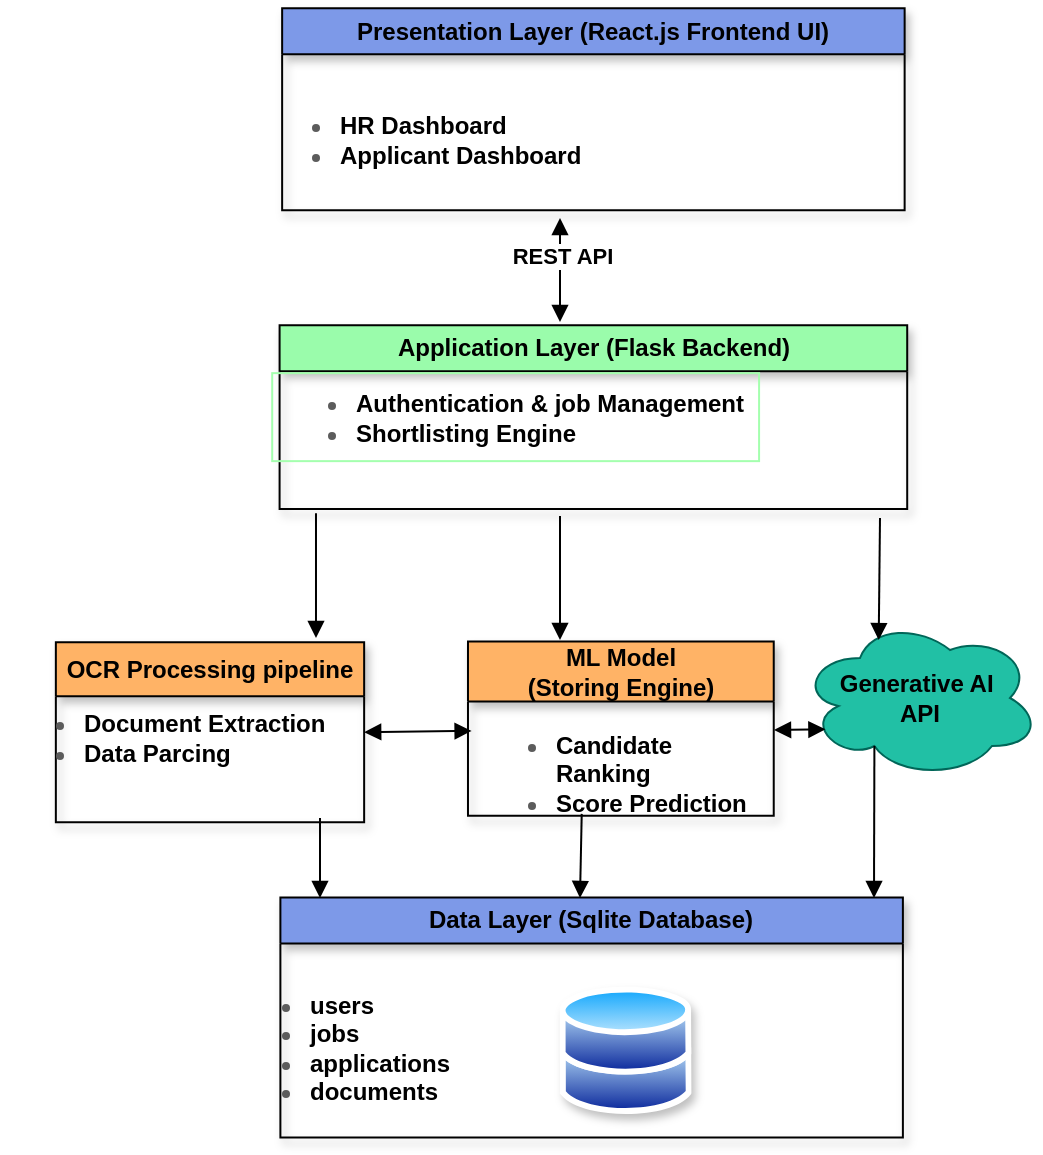
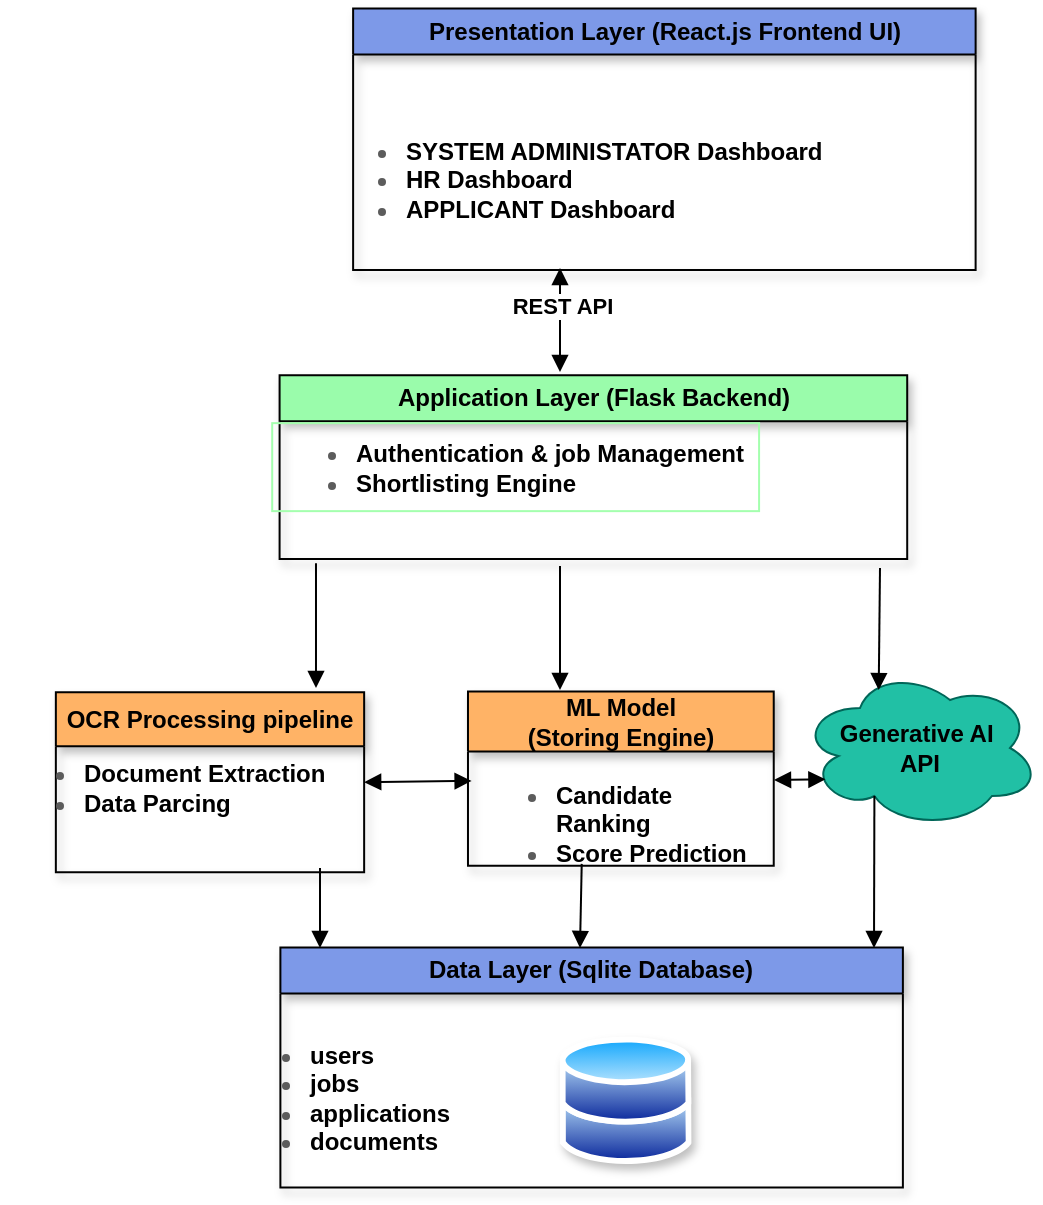
<mxfile host="Electron" agent="Mozilla/5.0 (Windows NT 10.0; Win64; x64) AppleWebKit/537.36 (KHTML, like Gecko) draw.io/29.6.6 Chrome/144.0.7559.236 Electron/40.8.4 Safari/537.36" version="29.6.6">
  <diagram name="Page-1" id="lSlS8-I9Y_Vq0igIC458">
-     <mxGraphModel dx="786" dy="516" grid="1" gridSize="10" guides="1" tooltips="1" connect="1" arrows="1" fold="1" page="1" pageScale="1" pageWidth="850" pageHeight="1100" math="0" shadow="0">
+     <mxGraphModel dx="925" dy="607" grid="1" gridSize="10" guides="1" tooltips="1" connect="1" arrows="1" fold="1" page="1" pageScale="1" pageWidth="850" pageHeight="1100" math="0" shadow="0">
      <root>
        <mxCell id="0" />
        <mxCell id="1" parent="0" />
        <mxCell id="-cG94O7dNTnSK4evAubz-1" parent="1" style="swimlane;horizontal=0;whiteSpace=wrap;html=1;rotation=90;shadow=1;labelBackgroundColor=none;fillColor=#7D99E8;strokeColor=#000000;" value="&lt;font style=&quot;color: rgb(0, 0, 0);&quot;&gt;Presentation Layer (React.js Frontend UI)&lt;/font&gt;" vertex="1">
-           <mxGeometry height="311.25" width="100.93" x="246.23000000000002" y="160" as="geometry" />
+           <mxGeometry height="311.25" width="130.65" x="266.86" y="150" as="geometry" />
        </mxCell>
-         <mxCell id="-cG94O7dNTnSK4evAubz-3" parent="-cG94O7dNTnSK4evAubz-1" style="text;html=1;whiteSpace=wrap;strokeColor=none;fillColor=none;align=left;verticalAlign=middle;rounded=0;fontColor=#5C5C5C;" value="&lt;ul&gt;&lt;li&gt;&lt;b&gt;&lt;font style=&quot;color: rgb(0, 0, 0);&quot;&gt;HR Dashboard&lt;/font&gt;&lt;/b&gt;&lt;/li&gt;&lt;li&gt;&lt;b&gt;&lt;font style=&quot;color: rgb(0, 0, 0);&quot;&gt;Applicant Dashboard&lt;/font&gt;&lt;/b&gt;&lt;/li&gt;&lt;/ul&gt;" vertex="1">
-           <mxGeometry height="42" width="248.76" x="-117.75999999999999" y="150.00000000000003" as="geometry" />
+         <mxCell id="-cG94O7dNTnSK4evAubz-3" parent="-cG94O7dNTnSK4evAubz-1" style="text;html=1;whiteSpace=wrap;strokeColor=none;fillColor=none;align=left;verticalAlign=middle;rounded=0;fontColor=#5C5C5C;" value="&lt;ul&gt;&lt;li&gt;&lt;font color=&quot;#000000&quot;&gt;&lt;b&gt;SYSTEM ADMINISTATOR Dashboard&lt;/b&gt;&lt;/font&gt;&lt;/li&gt;&lt;li&gt;&lt;font color=&quot;#000000&quot;&gt;&lt;b&gt;HR Dashboard&lt;/b&gt;&lt;/font&gt;&lt;/li&gt;&lt;li&gt;&lt;font color=&quot;#000000&quot;&gt;&lt;b&gt;APPLICANT Dashboard&lt;/b&gt;&lt;/font&gt;&lt;/li&gt;&lt;/ul&gt;" vertex="1">
+           <mxGeometry height="42" width="270.13" x="-106.35" y="155.12" as="geometry" />
        </mxCell>
        <mxCell id="-cG94O7dNTnSK4evAubz-4" parent="1" style="swimlane;horizontal=0;whiteSpace=wrap;html=1;rotation=90;shadow=1;labelBackgroundColor=none;fillColor=#9AFCAB;strokeColor=#000000;" value="Application Layer (Flask Backend)" vertex="1">
          <mxGeometry height="313.81" width="91.8" x="250.8" y="312.66" as="geometry" />
        </mxCell>
        <mxCell id="-cG94O7dNTnSK4evAubz-5" parent="-cG94O7dNTnSK4evAubz-4" style="text;html=1;whiteSpace=wrap;strokeColor=#A4FFAE;fillColor=none;align=left;verticalAlign=middle;rounded=0;fontColor=#5C5C5C;" value="&lt;ul&gt;&lt;li&gt;&lt;b&gt;&lt;font style=&quot;color: rgb(0, 0, 0);&quot;&gt;Authentication &amp;amp; job Management&lt;/font&gt;&lt;/b&gt;&lt;/li&gt;&lt;li&gt;&lt;b&gt;&lt;font style=&quot;color: rgb(0, 0, 0);&quot;&gt;Shortlisting Engine&lt;/font&gt;&lt;/b&gt;&lt;/li&gt;&lt;/ul&gt;" vertex="1">
          <mxGeometry height="44" width="243.44" x="-114.7" y="134.91" as="geometry" />
        </mxCell>
        <mxCell id="-cG94O7dNTnSK4evAubz-6" parent="1" style="swimlane;horizontal=0;whiteSpace=wrap;html=1;rotation=90;shadow=1;labelBackgroundColor=none;fillColor=#FFB366;strokeColor=#000000;startSize=27;" value="OCR Processing pipeline" vertex="1">
          <mxGeometry height="154.15" width="90" x="60" y="550" as="geometry" />
        </mxCell>
        <mxCell id="-cG94O7dNTnSK4evAubz-7" parent="1" style="text;html=1;whiteSpace=wrap;strokeColor=none;fillColor=none;align=left;verticalAlign=middle;rounded=0;fontColor=#5C5C5C;" value="&lt;ul&gt;&lt;li&gt;&lt;font color=&quot;#000000&quot;&gt;&lt;b&gt;Document Extraction&amp;nbsp;&lt;/b&gt;&lt;/font&gt;&lt;/li&gt;&lt;li&gt;&lt;font color=&quot;#000000&quot;&gt;&lt;b&gt;Data Parcing&lt;/b&gt;&lt;/font&gt;&lt;/li&gt;&lt;/ul&gt;" vertex="1">
          <mxGeometry height="44" width="180" y="607.91" as="geometry" />
        </mxCell>
        <mxCell id="-cG94O7dNTnSK4evAubz-8" parent="1" style="swimlane;horizontal=0;whiteSpace=wrap;html=1;rotation=90;shadow=1;labelBackgroundColor=none;fillColor=#FFB366;strokeColor=#000000;startSize=30;" value="ML Model&lt;div&gt;(Storing Engine)&lt;/div&gt;" vertex="1">
          <mxGeometry height="152.88" width="87.14" x="266.86" y="548.89" as="geometry" />
        </mxCell>
        <mxCell id="-cG94O7dNTnSK4evAubz-10" parent="-cG94O7dNTnSK4evAubz-8" style="text;html=1;whiteSpace=wrap;strokeColor=none;fillColor=none;align=left;verticalAlign=middle;rounded=0;fontColor=#5C5C5C;" value="&lt;ul&gt;&lt;li&gt;&lt;font color=&quot;#000000&quot;&gt;&lt;b&gt;Candidate Ranking&lt;/b&gt;&lt;/font&gt;&lt;/li&gt;&lt;li&gt;&lt;font color=&quot;#000000&quot;&gt;&lt;b&gt;Score Prediction&lt;/b&gt;&lt;/font&gt;&lt;/li&gt;&lt;/ul&gt;" vertex="1">
          <mxGeometry height="44" width="141" x="-31.04" y="77.58" as="geometry" />
        </mxCell>
        <mxCell id="-cG94O7dNTnSK4evAubz-12" parent="1" style="ellipse;shape=cloud;whiteSpace=wrap;html=1;align=center;strokeColor=#006658;fontColor=#5C5C5C;fillColor=#21C0A5;" value="&lt;font style=&quot;color: rgb(0, 0, 0);&quot;&gt;&lt;b&gt;Generative AI&amp;nbsp;&lt;/b&gt;&lt;/font&gt;&lt;div&gt;&lt;font style=&quot;color: rgb(0, 0, 0);&quot;&gt;&lt;b&gt;API&lt;/b&gt;&lt;/font&gt;&lt;/div&gt;" vertex="1">
          <mxGeometry height="80" width="120" x="400" y="570" as="geometry" />
        </mxCell>
        <mxCell id="-cG94O7dNTnSK4evAubz-13" parent="1" style="swimlane;horizontal=0;whiteSpace=wrap;html=1;rotation=90;shadow=1;labelBackgroundColor=none;fillColor=#7D99E8;strokeColor=#000000;" value="&lt;font style=&quot;color: rgb(0, 0, 0);&quot;&gt;Data Layer (Sqlite Database)&lt;/font&gt;" vertex="1">
          <mxGeometry height="311.25" width="120" x="235.82" y="614.18" as="geometry" />
        </mxCell>
        <mxCell id="-cG94O7dNTnSK4evAubz-14" parent="-cG94O7dNTnSK4evAubz-13" style="text;html=1;whiteSpace=wrap;strokeColor=none;fillColor=none;align=left;verticalAlign=middle;rounded=0;fontColor=#5C5C5C;" value="&lt;ul&gt;&lt;li&gt;&lt;font style=&quot;color: rgb(0, 0, 0);&quot;&gt;&lt;b style=&quot;&quot;&gt;users&lt;/b&gt;&lt;/font&gt;&lt;/li&gt;&lt;li&gt;&lt;b&gt;&lt;font style=&quot;color: rgb(0, 0, 0);&quot;&gt;jobs&lt;/font&gt;&lt;/b&gt;&lt;/li&gt;&lt;li&gt;&lt;b&gt;&lt;font style=&quot;color: rgb(0, 0, 0);&quot;&gt;applications&lt;/font&gt;&lt;/b&gt;&lt;/li&gt;&lt;li&gt;&lt;b&gt;&lt;font style=&quot;color: rgb(0, 0, 0);&quot;&gt;documents&lt;/font&gt;&lt;/b&gt;&lt;/li&gt;&lt;/ul&gt;" vertex="1">
          <mxGeometry height="62" width="248.76" x="-123.13000000000001" y="139.63" as="geometry" />
        </mxCell>
        <mxCell id="-cG94O7dNTnSK4evAubz-18" parent="-cG94O7dNTnSK4evAubz-13" style="image;aspect=fixed;perimeter=ellipsePerimeter;html=1;align=center;shadow=1;dashed=0;spacingTop=3;image=img/lib/active_directory/databases.svg;strokeColor=#006658;fontColor=#5C5C5C;fillColor=#21C0A5;imageBackground=none;imageBorder=none;" value="" vertex="1">
          <mxGeometry height="64.68" width="66" x="44" y="139.63" as="geometry" />
        </mxCell>
        <mxCell id="-cG94O7dNTnSK4evAubz-19" edge="1" parent="1" source="-cG94O7dNTnSK4evAubz-4" style="endArrow=block;html=1;rounded=0;strokeColor=#000000;fontColor=#5C5C5C;fillColor=#21C0A5;exitX=1.024;exitY=0.942;exitDx=0;exitDy=0;exitPerimeter=0;sourcePerimeterSpacing=-2;strokeWidth=1;" value="">
          <mxGeometry height="50" relative="1" width="50" as="geometry">
            <mxPoint x="230" y="490" as="sourcePoint" />
            <mxPoint x="158" y="580" as="targetPoint" />
          </mxGeometry>
        </mxCell>
        <mxCell id="-cG94O7dNTnSK4evAubz-21" edge="1" parent="1" style="endArrow=block;html=1;rounded=0;strokeColor=#000000;fontColor=#5C5C5C;fillColor=#21C0A5;exitX=1.024;exitY=0.942;exitDx=0;exitDy=0;exitPerimeter=0;sourcePerimeterSpacing=-2;strokeWidth=1;" value="">
          <mxGeometry height="50" relative="1" width="50" as="geometry">
            <mxPoint x="280" y="519" as="sourcePoint" />
            <mxPoint x="280" y="581" as="targetPoint" />
          </mxGeometry>
        </mxCell>
        <mxCell id="-cG94O7dNTnSK4evAubz-22" edge="1" parent="1" style="endArrow=block;html=1;rounded=0;strokeColor=#000000;fontColor=#5C5C5C;fillColor=#21C0A5;sourcePerimeterSpacing=-2;strokeWidth=1;entryX=0.328;entryY=0.138;entryDx=0;entryDy=0;entryPerimeter=0;" target="-cG94O7dNTnSK4evAubz-12" value="">
          <mxGeometry height="50" relative="1" width="50" as="geometry">
            <mxPoint x="440" y="520" as="sourcePoint" />
            <mxPoint x="441" y="570" as="targetPoint" />
          </mxGeometry>
        </mxCell>
        <mxCell id="-cG94O7dNTnSK4evAubz-23" edge="1" parent="1" style="endArrow=block;html=1;rounded=0;strokeColor=#000000;fontColor=#5C5C5C;fillColor=#21C0A5;sourcePerimeterSpacing=-2;strokeWidth=1;" value="">
          <mxGeometry height="50" relative="1" width="50" as="geometry">
            <mxPoint x="160" y="670" as="sourcePoint" />
            <mxPoint x="160" y="710" as="targetPoint" />
          </mxGeometry>
        </mxCell>
        <mxCell id="-cG94O7dNTnSK4evAubz-24" edge="1" parent="1" source="-cG94O7dNTnSK4evAubz-8" style="endArrow=block;html=1;rounded=0;strokeColor=#000000;fontColor=#5C5C5C;fillColor=#21C0A5;exitX=0.989;exitY=0.628;exitDx=0;exitDy=0;exitPerimeter=0;sourcePerimeterSpacing=-2;strokeWidth=1;" value="">
          <mxGeometry height="50" relative="1" width="50" as="geometry">
            <mxPoint x="270" y="680" as="sourcePoint" />
            <mxPoint x="290" y="710" as="targetPoint" />
          </mxGeometry>
        </mxCell>
        <mxCell id="-cG94O7dNTnSK4evAubz-25" edge="1" parent="1" source="-cG94O7dNTnSK4evAubz-12" style="endArrow=block;html=1;rounded=0;strokeColor=#000000;fontColor=#5C5C5C;fillColor=#21C0A5;exitX=0.31;exitY=0.8;exitDx=0;exitDy=0;exitPerimeter=0;sourcePerimeterSpacing=-2;strokeWidth=1;" value="">
          <mxGeometry height="50" relative="1" width="50" as="geometry">
            <mxPoint x="440" y="690" as="sourcePoint" />
            <mxPoint x="437" y="710" as="targetPoint" />
          </mxGeometry>
        </mxCell>
        <mxCell id="-cG94O7dNTnSK4evAubz-26" edge="1" parent="1" style="endArrow=block;html=1;rounded=0;strokeColor=#000000;fontColor=#5C5C5C;fillColor=#21C0A5;sourcePerimeterSpacing=-2;strokeWidth=1;startArrow=block;startFill=1;" value="">
          <mxGeometry height="50" relative="1" width="50" as="geometry">
            <mxPoint x="280" y="370" as="sourcePoint" />
            <mxPoint x="280" y="422" as="targetPoint" />
          </mxGeometry>
        </mxCell>
        <mxCell id="-cG94O7dNTnSK4evAubz-27" connectable="0" parent="-cG94O7dNTnSK4evAubz-26" style="edgeLabel;html=1;align=center;verticalAlign=middle;resizable=0;points=[];strokeColor=#006658;fontColor=#5C5C5C;fillColor=#21C0A5;" value="&lt;b&gt;&lt;font style=&quot;color: rgb(0, 0, 0);&quot;&gt;REST API&lt;/font&gt;&lt;/b&gt;" vertex="1">
          <mxGeometry relative="1" x="-0.2949" y="1" as="geometry">
            <mxPoint as="offset" />
          </mxGeometry>
        </mxCell>
        <mxCell id="-cG94O7dNTnSK4evAubz-36" edge="1" parent="1" style="endArrow=block;html=1;rounded=0;strokeColor=#000000;fontColor=#5C5C5C;fillColor=#21C0A5;sourcePerimeterSpacing=-2;strokeWidth=1;startArrow=block;startFill=1;entryX=0.106;entryY=0.696;entryDx=0;entryDy=0;entryPerimeter=0;" target="-cG94O7dNTnSK4evAubz-12" value="">
          <mxGeometry height="50" relative="1" width="50" as="geometry">
            <mxPoint x="387" y="626" as="sourcePoint" />
            <mxPoint x="430" y="630" as="targetPoint" />
          </mxGeometry>
        </mxCell>
        <mxCell id="-cG94O7dNTnSK4evAubz-37" edge="1" parent="1" source="-cG94O7dNTnSK4evAubz-6" style="endArrow=block;html=1;rounded=0;strokeColor=#000000;fontColor=#5C5C5C;fillColor=#21C0A5;sourcePerimeterSpacing=-2;strokeWidth=1;startArrow=block;startFill=1;entryX=0;entryY=0;entryDx=0;entryDy=0;exitX=0.5;exitY=0;exitDx=0;exitDy=0;" target="-cG94O7dNTnSK4evAubz-10" value="">
          <mxGeometry height="50" relative="1" width="50" as="geometry">
            <mxPoint x="200" y="620" as="sourcePoint" />
            <mxPoint x="230" y="620" as="targetPoint" />
          </mxGeometry>
        </mxCell>
      </root>
    </mxGraphModel>
  </diagram>
</mxfile>
